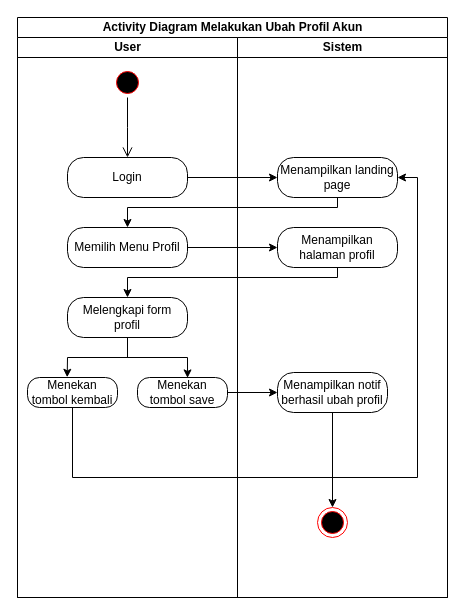
Before: activity diagram/All Role/update profil.drawio in Muhamadrafliseptian/rancangan-sistem-dan-dokumen, a draw.io diagram. Source tidied: cells renumbered, new cells numbered last; positions are measured from the earlier drawing's top-left corner, leaving out a move shared by most shapes. Both pictures are drawn from the tidied source at 100%, with x=0, y=0 at pixel (17, 17).
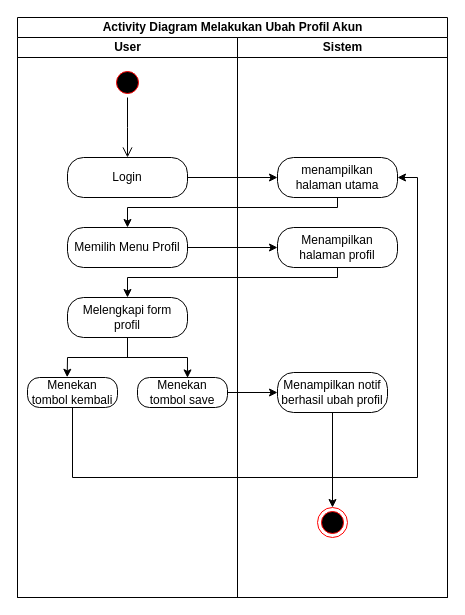
After the change.

The change refers to these unchanged cells:
```xml
<mxCell id="11" value="Sistem" style="swimlane;startSize=20;html=1;" parent="2" vertex="1">
  <mxGeometry x="220" y="20" width="210" height="560" as="geometry" />
</mxCell>
```

Diff of the diagram source:
```diff
@@
-    <mxCell id="13" value="Menampilkan landing page" style="rounded=1;whiteSpace=wrap;html=1;arcSize=40;fontColor=#000000;fillColor=default;strokeColor=default;" parent="11" vertex="1">
+    <mxCell id="13" value="menampilkan halaman utama" style="rounded=1;whiteSpace=wrap;html=1;arcSize=40;fontColor=#000000;fillColor=default;strokeColor=default;" parent="11" vertex="1">
       <mxGeometry x="40" y="120" width="120" height="40" as="geometry" />
     </mxCell>
```
